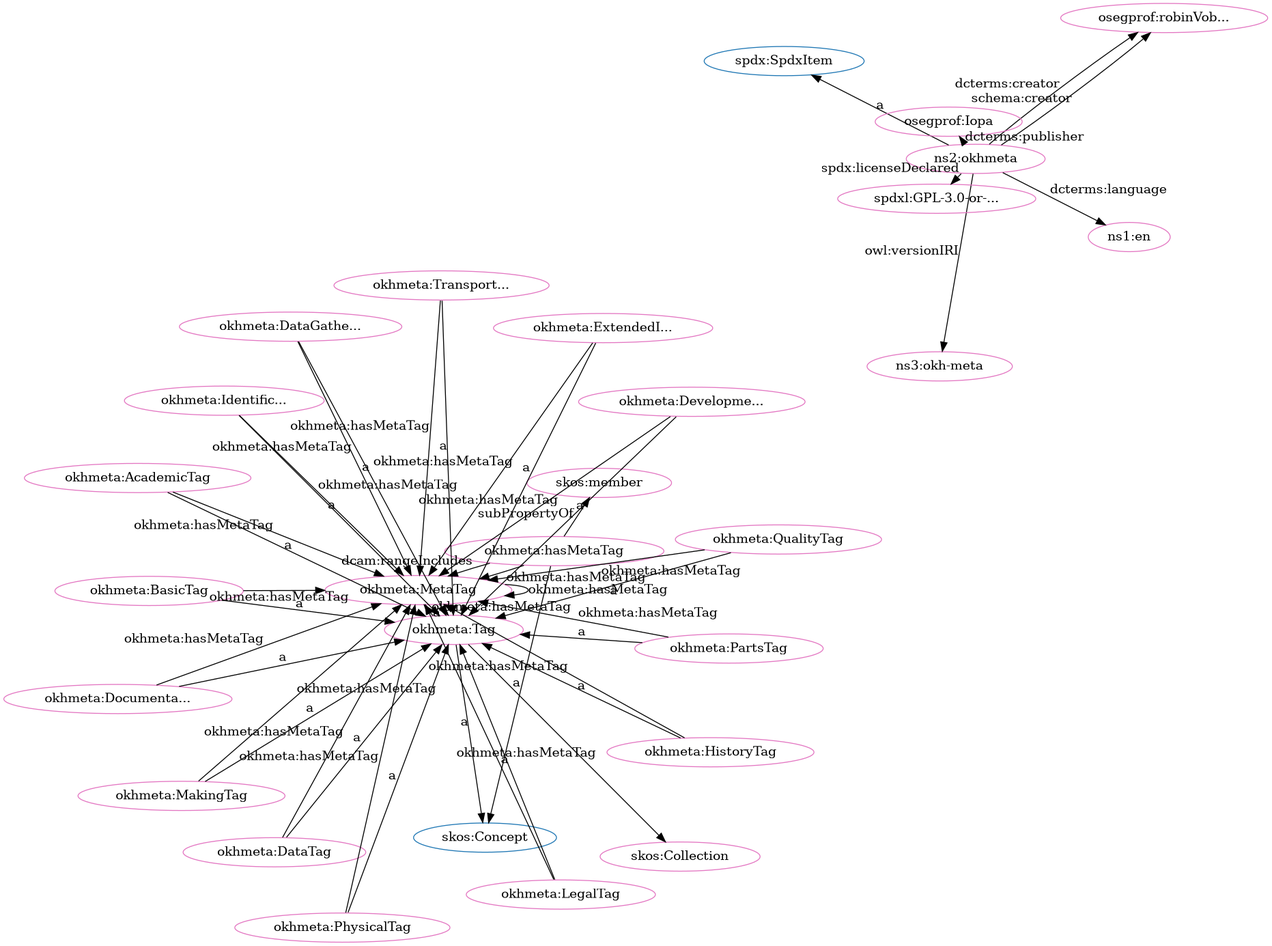
iop-alliance/OpenKnowHow keeps this Graphviz diagram as src/spec/fdp_okh-meta-clean.png. Above is the earlier version. Its source is kept beside it as src/spec/fdp_okh-meta-clean.dot.
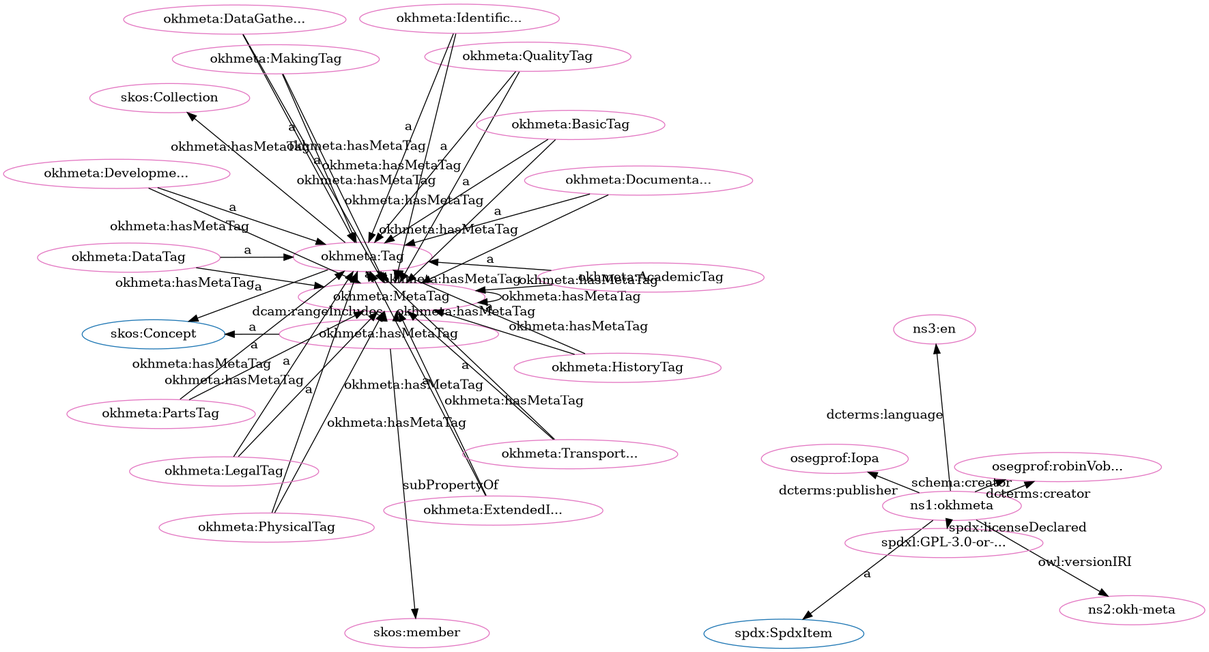
Above is the later version.

Change to the diagram source:
```diff
@@ -5,76 +5,76 @@
 "http://w3id.org/oseg/ont/okhmeta#Tag" [fillcolor="#1f77b4" color="#1f77b4" label="okhmeta:Tag"]
 "http://spdx.org/rdf/terms#SpdxItem" [fillcolor="#1f77b4" color="#1f77b4" label="spdx:SpdxItem"]
 "http://www.w3.org/2004/02/skos/core#Concept" [fillcolor="#1f77b4" color="#1f77b4" label="skos:Concept"]
+"http://w3id.org/oseg/ont/okhmeta" [fillcolor="#e377c2" color="#e377c2" label="ns1:okhmeta"]
+"http://w3id.org/oseg/ont/okhmeta#QualityTag" [fillcolor="#e377c2" color="#e377c2" label="okhmeta:QualityTag"]
 "http://w3id.org/oseg/ont/okhmeta#MetaTag" [fillcolor="#e377c2" color="#e377c2" label="okhmeta:MetaTag"]
+"http://w3id.org/oseg/ont/okhmeta#hasMetaTag" [fillcolor="#e377c2" color="#e377c2" label="okhmeta:hasMetaTag"]
+"http://www.w3.org/2004/02/skos/core#member" [fillcolor="#e377c2" color="#e377c2" label="skos:member"]
+"http://w3id.org/oseg/ont/okhmeta#ExtendedInfoTag" [fillcolor="#e377c2" color="#e377c2" label="okhmeta:ExtendedI..."]
+"http://w3id.org/oseg/ont/okhmeta#TransportationTag" [fillcolor="#e377c2" color="#e377c2" label="okhmeta:Transport..."]
+"http://w3id.org/oseg/ont/okhmeta#PartsTag" [fillcolor="#e377c2" color="#e377c2" label="okhmeta:PartsTag"]
+"http://w3id.org/oseg/ont/1.1.0/okh-meta" [fillcolor="#e377c2" color="#e377c2" label="ns2:okh-meta"]
+"http://w3id.org/oseg/ont/okhmeta#HistoryTag" [fillcolor="#e377c2" color="#e377c2" label="okhmeta:HistoryTag"]
+"http://w3id.org/oseg/ont/oseg-profiles#Iopa" [fillcolor="#e377c2" color="#e377c2" label="osegprof:Iopa"]
+"http://w3id.org/oseg/ont/okhmeta#DevelopmentTag" [fillcolor="#e377c2" color="#e377c2" label="okhmeta:Developme..."]
 "http://w3id.org/oseg/ont/oseg-profiles#robinVobruba" [fillcolor="#e377c2" color="#e377c2" label="osegprof:robinVob..."]
+"http://w3id.org/oseg/ont/okhmeta#IdentificationTag" [fillcolor="#e377c2" color="#e377c2" label="okhmeta:Identific..."]
+"http://w3id.org/oseg/ont/okhmeta#Tag" [fillcolor="#e377c2" color="#e377c2" label="okhmeta:Tag"]
+"http://w3id.org/oseg/ont/okhmeta#DataGatheringTag" [fillcolor="#e377c2" color="#e377c2" label="okhmeta:DataGathe..."]
+"http://w3id.org/oseg/ont/okhmeta#DocumentationTag" [fillcolor="#e377c2" color="#e377c2" label="okhmeta:Documenta..."]
+"http://w3id.org/oseg/ont/okhmeta#BasicTag" [fillcolor="#e377c2" color="#e377c2" label="okhmeta:BasicTag"]
+"http://www.w3.org/2004/02/skos/core#Collection" [fillcolor="#e377c2" color="#e377c2" label="skos:Collection"]
 "http://w3id.org/oseg/ont/okhmeta#DataTag" [fillcolor="#e377c2" color="#e377c2" label="okhmeta:DataTag"]
-"http://www.w3.org/2004/02/skos/core#member" [fillcolor="#e377c2" color="#e377c2" label="skos:member"]
-"http://id.loc.gov/vocabulary/iso639-1/en" [fillcolor="#e377c2" color="#e377c2" label="ns1:en"]
+"http://w3id.org/oseg/ont/okhmeta#AcademicTag" [fillcolor="#e377c2" color="#e377c2" label="okhmeta:AcademicTag"]
+"http://w3id.org/oseg/ont/okhmeta#PhysicalTag" [fillcolor="#e377c2" color="#e377c2" label="okhmeta:PhysicalTag"]
 "http://w3id.org/oseg/ont/okhmeta#MakingTag" [fillcolor="#e377c2" color="#e377c2" label="okhmeta:MakingTag"]
-"http://w3id.org/oseg/ont/okhmeta#PartsTag" [fillcolor="#e377c2" color="#e377c2" label="okhmeta:PartsTag"]
-"http://w3id.org/oseg/ont/okhmeta#Tag" [fillcolor="#e377c2" color="#e377c2" label="okhmeta:Tag"]
-"http://w3id.org/oseg/ont/okhmeta#BasicTag" [fillcolor="#e377c2" color="#e377c2" label="okhmeta:BasicTag"]
-"http://w3id.org/oseg/ont/okhmeta" [fillcolor="#e377c2" color="#e377c2" label="ns2:okhmeta"]
-"http://w3id.org/oseg/ont/okhmeta#HistoryTag" [fillcolor="#e377c2" color="#e377c2" label="okhmeta:HistoryTag"]
-"http://w3id.org/oseg/ont/okhmeta#PhysicalTag" [fillcolor="#e377c2" color="#e377c2" label="okhmeta:PhysicalTag"]
-"http://w3id.org/oseg/ont/okhmeta#AcademicTag" [fillcolor="#e377c2" color="#e377c2" label="okhmeta:AcademicTag"]
-"http://w3id.org/oseg/ont/okhmeta#hasMetaTag" [fillcolor="#e377c2" color="#e377c2" label="okhmeta:hasMetaTag"]
-"http://w3id.org/oseg/ont/okhmeta#ExtendedInfoTag" [fillcolor="#e377c2" color="#e377c2" label="okhmeta:ExtendedI..."]
-"http://w3id.org/oseg/ont/okhmeta#QualityTag" [fillcolor="#e377c2" color="#e377c2" label="okhmeta:QualityTag"]
-"http://w3id.org/oseg/ont/1.1.0/okh-meta" [fillcolor="#e377c2" color="#e377c2" label="ns3:okh-meta"]
-"http://w3id.org/oseg/ont/okhmeta#TransportationTag" [fillcolor="#e377c2" color="#e377c2" label="okhmeta:Transport..."]
-"http://w3id.org/oseg/ont/oseg-profiles#Iopa" [fillcolor="#e377c2" color="#e377c2" label="osegprof:Iopa"]
 "http://w3id.org/oseg/ont/okhmeta#LegalTag" [fillcolor="#e377c2" color="#e377c2" label="okhmeta:LegalTag"]
-"http://w3id.org/oseg/ont/okhmeta#DevelopmentTag" [fillcolor="#e377c2" color="#e377c2" label="okhmeta:Developme..."]
-"http://w3id.org/oseg/ont/okhmeta#DataGatheringTag" [fillcolor="#e377c2" color="#e377c2" label="okhmeta:DataGathe..."]
-"http://w3id.org/oseg/ont/okhmeta#IdentificationTag" [fillcolor="#e377c2" color="#e377c2" label="okhmeta:Identific..."]
-"http://www.w3.org/2004/02/skos/core#Collection" [fillcolor="#e377c2" color="#e377c2" label="skos:Collection"]
-"http://w3id.org/oseg/ont/okhmeta#DocumentationTag" [fillcolor="#e377c2" color="#e377c2" label="okhmeta:Documenta..."]
+"http://id.loc.gov/vocabulary/iso639-1/en" [fillcolor="#e377c2" color="#e377c2" label="ns3:en"]
 "http://spdx.org/licenses/GPL-3.0-or-later" [fillcolor="#e377c2" color="#e377c2" label="spdxl:GPL-3.0-or-..."]
+  "http://w3id.org/oseg/ont/okhmeta" -> "http://spdx.org/rdf/terms#SpdxItem" [label="a"]
+  "http://w3id.org/oseg/ont/okhmeta#QualityTag" -> "http://w3id.org/oseg/ont/okhmeta#Tag" [label="a"]
+  "http://w3id.org/oseg/ont/okhmeta#QualityTag" -> "http://w3id.org/oseg/ont/okhmeta#MetaTag" [label="okhmeta:hasMetaTag"]
+  "http://w3id.org/oseg/ont/okhmeta" -> "http://spdx.org/licenses/GPL-3.0-or-later" [label="spdx:licenseDeclared"]
+  "http://w3id.org/oseg/ont/okhmeta#hasMetaTag" -> "http://www.w3.org/2004/02/skos/core#member" [label="subPropertyOf"]
+  "http://w3id.org/oseg/ont/okhmeta#hasMetaTag" -> "http://w3id.org/oseg/ont/okhmeta#MetaTag" [label="dcam:rangeIncludes"]
+  "http://w3id.org/oseg/ont/okhmeta#ExtendedInfoTag" -> "http://w3id.org/oseg/ont/okhmeta#Tag" [label="a"]
+  "http://w3id.org/oseg/ont/okhmeta#TransportationTag" -> "http://w3id.org/oseg/ont/okhmeta#Tag" [label="a"]
+  "http://w3id.org/oseg/ont/okhmeta#ExtendedInfoTag" -> "http://w3id.org/oseg/ont/okhmeta#MetaTag" [label="okhmeta:hasMetaTag"]
+  "http://w3id.org/oseg/ont/okhmeta#TransportationTag" -> "http://w3id.org/oseg/ont/okhmeta#MetaTag" [label="okhmeta:hasMetaTag"]
+  "http://w3id.org/oseg/ont/okhmeta#HistoryTag" -> "http://w3id.org/oseg/ont/okhmeta#Tag" [label="a"]
+  "http://w3id.org/oseg/ont/okhmeta" -> "http://w3id.org/oseg/ont/oseg-profiles#Iopa" [label="dcterms:publisher"]
   "http://w3id.org/oseg/ont/okhmeta" -> "http://w3id.org/oseg/ont/oseg-profiles#robinVobruba" [label="dcterms:creator"]
-  "http://w3id.org/oseg/ont/okhmeta#DataTag" -> "http://w3id.org/oseg/ont/okhmeta#Tag" [label="a"]
-  "http://w3id.org/oseg/ont/okhmeta#DataGatheringTag" -> "http://w3id.org/oseg/ont/okhmeta#MetaTag" [label="okhmeta:hasMetaTag"]
+  "http://w3id.org/oseg/ont/okhmeta#IdentificationTag" -> "http://w3id.org/oseg/ont/okhmeta#Tag" [label="a"]
+  "http://w3id.org/oseg/ont/okhmeta#hasMetaTag" -> "http://w3id.org/oseg/ont/okhmeta#MetaTag" [label="okhmeta:hasMetaTag"]
+  "http://w3id.org/oseg/ont/okhmeta#IdentificationTag" -> "http://w3id.org/oseg/ont/okhmeta#MetaTag" [label="okhmeta:hasMetaTag"]
+  "http://w3id.org/oseg/ont/okhmeta#DocumentationTag" -> "http://w3id.org/oseg/ont/okhmeta#Tag" [label="a"]
+  "http://w3id.org/oseg/ont/okhmeta#AcademicTag" -> "http://w3id.org/oseg/ont/okhmeta#Tag" [label="a"]
+  "http://w3id.org/oseg/ont/okhmeta#PhysicalTag" -> "http://w3id.org/oseg/ont/okhmeta#MetaTag" [label="okhmeta:hasMetaTag"]
+  "http://w3id.org/oseg/ont/okhmeta#AcademicTag" -> "http://w3id.org/oseg/ont/okhmeta#MetaTag" [label="okhmeta:hasMetaTag"]
+  "http://w3id.org/oseg/ont/okhmeta#PhysicalTag" -> "http://w3id.org/oseg/ont/okhmeta#Tag" [label="a"]
+  "http://w3id.org/oseg/ont/okhmeta#MakingTag" -> "http://w3id.org/oseg/ont/okhmeta#Tag" [label="a"]
+  "http://w3id.org/oseg/ont/okhmeta#MakingTag" -> "http://w3id.org/oseg/ont/okhmeta#MetaTag" [label="okhmeta:hasMetaTag"]
+  "http://w3id.org/oseg/ont/okhmeta#MetaTag" -> "http://w3id.org/oseg/ont/okhmeta#Tag" [label="a"]
+  "http://w3id.org/oseg/ont/okhmeta#MetaTag" -> "http://w3id.org/oseg/ont/okhmeta#MetaTag" [label="okhmeta:hasMetaTag"]
   "http://w3id.org/oseg/ont/okhmeta" -> "http://id.loc.gov/vocabulary/iso639-1/en" [label="dcterms:language"]
   "http://w3id.org/oseg/ont/okhmeta#DocumentationTag" -> "http://w3id.org/oseg/ont/okhmeta#MetaTag" [label="okhmeta:hasMetaTag"]
+  "http://w3id.org/oseg/ont/okhmeta" -> "http://w3id.org/oseg/ont/oseg-profiles#robinVobruba" [label="schema:creator"]
+  "http://w3id.org/oseg/ont/okhmeta#DataTag" -> "http://w3id.org/oseg/ont/okhmeta#MetaTag" [label="okhmeta:hasMetaTag"]
+  "http://w3id.org/oseg/ont/okhmeta#Tag" -> "http://w3id.org/oseg/ont/okhmeta#MetaTag" [label="okhmeta:hasMetaTag"]
+  "http://w3id.org/oseg/ont/okhmeta#PartsTag" -> "http://w3id.org/oseg/ont/okhmeta#Tag" [label="a"]
+  "http://w3id.org/oseg/ont/okhmeta#PartsTag" -> "http://w3id.org/oseg/ont/okhmeta#MetaTag" [label="okhmeta:hasMetaTag"]
+  "http://w3id.org/oseg/ont/okhmeta" -> "http://w3id.org/oseg/ont/1.1.0/okh-meta" [label="owl:versionIRI"]
+  "http://w3id.org/oseg/ont/okhmeta#hasMetaTag" -> "http://www.w3.org/2004/02/skos/core#Concept" [label="a"]
+  "http://w3id.org/oseg/ont/okhmeta#DevelopmentTag" -> "http://w3id.org/oseg/ont/okhmeta#Tag" [label="a"]
+  "http://w3id.org/oseg/ont/okhmeta#DevelopmentTag" -> "http://w3id.org/oseg/ont/okhmeta#MetaTag" [label="okhmeta:hasMetaTag"]
+  "http://w3id.org/oseg/ont/okhmeta#Tag" -> "http://www.w3.org/2004/02/skos/core#Concept" [label="a"]
+  "http://w3id.org/oseg/ont/okhmeta#DataGatheringTag" -> "http://w3id.org/oseg/ont/okhmeta#Tag" [label="a"]
+  "http://w3id.org/oseg/ont/okhmeta#DataGatheringTag" -> "http://w3id.org/oseg/ont/okhmeta#MetaTag" [label="okhmeta:hasMetaTag"]
   "http://w3id.org/oseg/ont/okhmeta#BasicTag" -> "http://w3id.org/oseg/ont/okhmeta#Tag" [label="a"]
-  "http://w3id.org/oseg/ont/okhmeta#QualityTag" -> "http://w3id.org/oseg/ont/okhmeta#MetaTag" [label="okhmeta:hasMetaTag"]
-  "http://w3id.org/oseg/ont/okhmeta#HistoryTag" -> "http://w3id.org/oseg/ont/okhmeta#Tag" [label="a"]
-  "http://w3id.org/oseg/ont/okhmeta#MakingTag" -> "http://w3id.org/oseg/ont/okhmeta#MetaTag" [label="okhmeta:hasMetaTag"]
-  "http://w3id.org/oseg/ont/okhmeta#MetaTag" -> "http://w3id.org/oseg/ont/okhmeta#Tag" [label="a"]
-  "http://w3id.org/oseg/ont/okhmeta#AcademicTag" -> "http://w3id.org/oseg/ont/okhmeta#Tag" [label="a"]
-  "http://w3id.org/oseg/ont/okhmeta#PartsTag" -> "http://w3id.org/oseg/ont/okhmeta#MetaTag" [label="okhmeta:hasMetaTag"]
-  "http://w3id.org/oseg/ont/okhmeta#QualityTag" -> "http://w3id.org/oseg/ont/okhmeta#Tag" [label="a"]
-  "http://w3id.org/oseg/ont/okhmeta" -> "http://w3id.org/oseg/ont/1.1.0/okh-meta" [label="owl:versionIRI"]
-  "http://w3id.org/oseg/ont/okhmeta" -> "http://w3id.org/oseg/ont/oseg-profiles#robinVobruba" [label="schema:creator"]
-  "http://w3id.org/oseg/ont/okhmeta#PhysicalTag" -> "http://w3id.org/oseg/ont/okhmeta#MetaTag" [label="okhmeta:hasMetaTag"]
-  "http://w3id.org/oseg/ont/okhmeta" -> "http://w3id.org/oseg/ont/oseg-profiles#Iopa" [label="dcterms:publisher"]
+  "http://w3id.org/oseg/ont/okhmeta#Tag" -> "http://www.w3.org/2004/02/skos/core#Collection" [label=""]
+  "http://w3id.org/oseg/ont/okhmeta#DataTag" -> "http://w3id.org/oseg/ont/okhmeta#Tag" [label="a"]
+  "http://w3id.org/oseg/ont/okhmeta#BasicTag" -> "http://w3id.org/oseg/ont/okhmeta#MetaTag" [label="okhmeta:hasMetaTag"]
+  "http://w3id.org/oseg/ont/okhmeta#HistoryTag" -> "http://w3id.org/oseg/ont/okhmeta#MetaTag" [label="okhmeta:hasMetaTag"]
   "http://w3id.org/oseg/ont/okhmeta#LegalTag" -> "http://w3id.org/oseg/ont/okhmeta#Tag" [label="a"]
-  "http://w3id.org/oseg/ont/okhmeta#DataGatheringTag" -> "http://w3id.org/oseg/ont/okhmeta#Tag" [label="a"]
-  "http://w3id.org/oseg/ont/okhmeta#ExtendedInfoTag" -> "http://w3id.org/oseg/ont/okhmeta#MetaTag" [label="okhmeta:hasMetaTag"]
-  "http://w3id.org/oseg/ont/okhmeta#Tag" -> "http://www.w3.org/2004/02/skos/core#Collection" [label=""]
-  "http://w3id.org/oseg/ont/okhmeta#DocumentationTag" -> "http://w3id.org/oseg/ont/okhmeta#Tag" [label="a"]
-  "http://w3id.org/oseg/ont/okhmeta#hasMetaTag" -> "http://w3id.org/oseg/ont/okhmeta#MetaTag" [label="okhmeta:hasMetaTag"]
-  "http://w3id.org/oseg/ont/okhmeta#Tag" -> "http://w3id.org/oseg/ont/okhmeta#MetaTag" [label="okhmeta:hasMetaTag"]
-  "http://w3id.org/oseg/ont/okhmeta#BasicTag" -> "http://w3id.org/oseg/ont/okhmeta#MetaTag" [label="okhmeta:hasMetaTag"]
-  "http://w3id.org/oseg/ont/okhmeta#DevelopmentTag" -> "http://w3id.org/oseg/ont/okhmeta#MetaTag" [label="okhmeta:hasMetaTag"]
-  "http://w3id.org/oseg/ont/okhmeta#hasMetaTag" -> "http://www.w3.org/2004/02/skos/core#member" [label="subPropertyOf"]
-  "http://w3id.org/oseg/ont/okhmeta#IdentificationTag" -> "http://w3id.org/oseg/ont/okhmeta#MetaTag" [label="okhmeta:hasMetaTag"]
-  "http://w3id.org/oseg/ont/okhmeta#MakingTag" -> "http://w3id.org/oseg/ont/okhmeta#Tag" [label="a"]
-  "http://w3id.org/oseg/ont/okhmeta#PartsTag" -> "http://w3id.org/oseg/ont/okhmeta#Tag" [label="a"]
-  "http://w3id.org/oseg/ont/okhmeta#Tag" -> "http://www.w3.org/2004/02/skos/core#Concept" [label="a"]
-  "http://w3id.org/oseg/ont/okhmeta#PhysicalTag" -> "http://w3id.org/oseg/ont/okhmeta#Tag" [label="a"]
-  "http://w3id.org/oseg/ont/okhmeta#TransportationTag" -> "http://w3id.org/oseg/ont/okhmeta#MetaTag" [label="okhmeta:hasMetaTag"]
   "http://w3id.org/oseg/ont/okhmeta#LegalTag" -> "http://w3id.org/oseg/ont/okhmeta#MetaTag" [label="okhmeta:hasMetaTag"]
-  "http://w3id.org/oseg/ont/okhmeta#ExtendedInfoTag" -> "http://w3id.org/oseg/ont/okhmeta#Tag" [label="a"]
-  "http://w3id.org/oseg/ont/okhmeta#HistoryTag" -> "http://w3id.org/oseg/ont/okhmeta#MetaTag" [label="okhmeta:hasMetaTag"]
-  "http://w3id.org/oseg/ont/okhmeta#hasMetaTag" -> "http://w3id.org/oseg/ont/okhmeta#MetaTag" [label="dcam:rangeIncludes"]
-  "http://w3id.org/oseg/ont/okhmeta#AcademicTag" -> "http://w3id.org/oseg/ont/okhmeta#MetaTag" [label="okhmeta:hasMetaTag"]
-  "http://w3id.org/oseg/ont/okhmeta#TransportationTag" -> "http://w3id.org/oseg/ont/okhmeta#Tag" [label="a"]
-  "http://w3id.org/oseg/ont/okhmeta" -> "http://spdx.org/rdf/terms#SpdxItem" [label="a"]
-  "http://w3id.org/oseg/ont/okhmeta#DevelopmentTag" -> "http://w3id.org/oseg/ont/okhmeta#Tag" [label="a"]
-  "http://w3id.org/oseg/ont/okhmeta#MetaTag" -> "http://w3id.org/oseg/ont/okhmeta#MetaTag" [label="okhmeta:hasMetaTag"]
-  "http://w3id.org/oseg/ont/okhmeta#hasMetaTag" -> "http://www.w3.org/2004/02/skos/core#Concept" [label="a"]
-  "http://w3id.org/oseg/ont/okhmeta#DataTag" -> "http://w3id.org/oseg/ont/okhmeta#MetaTag" [label="okhmeta:hasMetaTag"]
-  "http://w3id.org/oseg/ont/okhmeta#IdentificationTag" -> "http://w3id.org/oseg/ont/okhmeta#Tag" [label="a"]
-  "http://w3id.org/oseg/ont/okhmeta" -> "http://spdx.org/licenses/GPL-3.0-or-later" [label="spdx:licenseDeclared"]
 }
```
